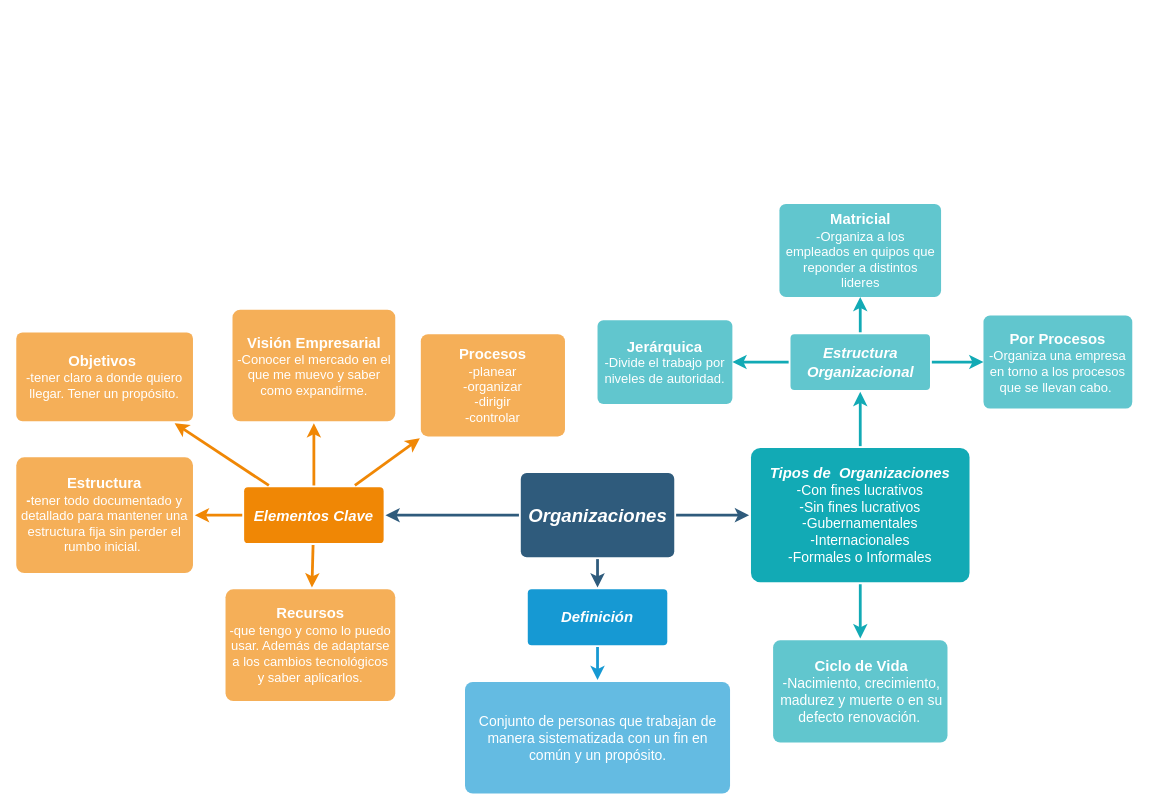
Above: Diagrama sin título.drawio in santiagojav/MapaConcepOrganizaciones (draw.io), before the change. Source tidied: cells renumbered, new cells numbered last; positions are measured from the earlier drawing's top-left corner, leaving out a move shared by most shapes. Both pictures are drawn from the tidied source at 93%, with x=0, y=0 at pixel (16, 204).
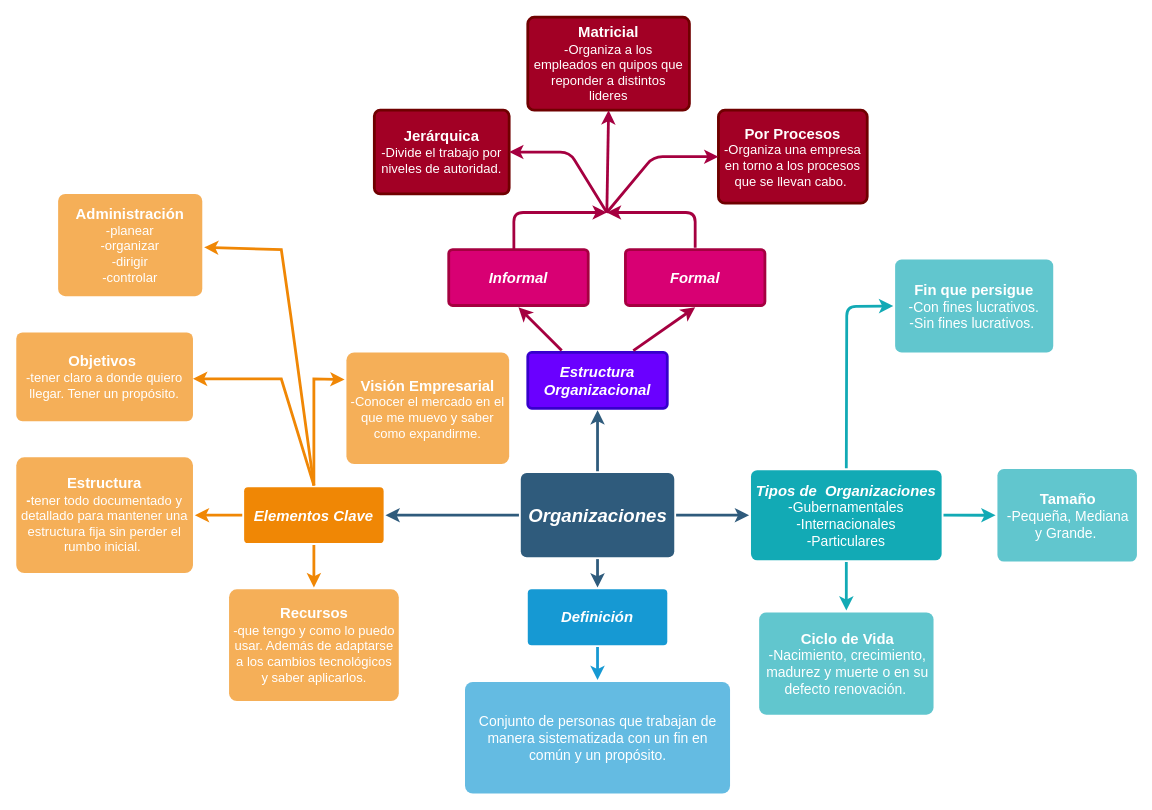
The same page after the edit.

Unchanged cells that the change refers to:
```xml
<mxCell id="5" value="&lt;i&gt;&lt;font style=&quot;font-size: 20px;&quot;&gt;Organizaciones&lt;/font&gt;&lt;/i&gt;" style="rounded=1;whiteSpace=wrap;html=1;shadow=0;labelBackgroundColor=none;strokeColor=none;strokeWidth=3;fillColor=#2F5B7C;fontFamily=Helvetica;fontSize=16;fontColor=#FFFFFF;align=center;fontStyle=1;spacing=5;arcSize=7;perimeterSpacing=2;" parent="1" vertex="1">
  <mxGeometry x="542.5" y="289.2" width="165" height="90.5" as="geometry" />
</mxCell>
<mxCell id="9" value="&lt;i&gt;&lt;font style=&quot;font-size: 16px;&quot;&gt;Elementos Clave&lt;/font&gt;&lt;/i&gt;" style="rounded=1;whiteSpace=wrap;html=1;shadow=0;labelBackgroundColor=none;strokeColor=none;strokeWidth=3;fillColor=#F08705;fontFamily=Helvetica;fontSize=14;fontColor=#FFFFFF;align=center;spacing=5;fontStyle=1;arcSize=7;perimeterSpacing=2;" parent="1" vertex="1">
  <mxGeometry x="245" y="304.5" width="150" height="60" as="geometry" />
</mxCell>
<mxCell id="14" value="&lt;b&gt;&lt;font style=&quot;font-size: 16px;&quot;&gt;Objetivos&amp;nbsp;&lt;/font&gt;&lt;/b&gt;&lt;div&gt;-tener claro a donde quiero llegar. Tener un propósito.&lt;/div&gt;" style="rounded=1;whiteSpace=wrap;html=1;shadow=0;labelBackgroundColor=none;strokeColor=none;strokeWidth=3;fillColor=#f5af58;fontFamily=Helvetica;fontSize=14;fontColor=#FFFFFF;align=center;spacing=5;arcSize=7;perimeterSpacing=2;" parent="1" vertex="1">
  <mxGeometry y="138" width="190" height="95.5" as="geometry" />
</mxCell>
```

Diff of the diagram source:
```diff
@@
-    <mxCell id="10" value="&lt;b&gt;&lt;font style=&quot;font-size: 16px;&quot;&gt;Procesos&lt;/font&gt;&lt;/b&gt;&lt;div&gt;-planear&lt;/div&gt;&lt;div&gt;-organizar&lt;/div&gt;&lt;div&gt;-dirigir&lt;/div&gt;&lt;div&gt;-controlar&lt;/div&gt;" style="rounded=1;whiteSpace=wrap;html=1;shadow=0;labelBackgroundColor=none;strokeColor=none;strokeWidth=3;fillColor=#f5af58;fontFamily=Helvetica;fontSize=14;fontColor=#FFFFFF;align=center;spacing=5;arcSize=7;perimeterSpacing=2;" parent="1" vertex="1">
-      <mxGeometry x="435" y="139.8" width="155" height="110" as="geometry" />
+    <mxCell id="10" value="&lt;b&gt;&lt;font style=&quot;font-size: 16px;&quot;&gt;Administración&lt;/font&gt;&lt;/b&gt;&lt;div&gt;-planear&lt;/div&gt;&lt;div&gt;-organizar&lt;/div&gt;&lt;div&gt;-dirigir&lt;/div&gt;&lt;div&gt;-controlar&lt;/div&gt;" style="rounded=1;whiteSpace=wrap;html=1;shadow=0;labelBackgroundColor=none;strokeColor=none;strokeWidth=3;fillColor=#f5af58;fontFamily=Helvetica;fontSize=14;fontColor=#FFFFFF;align=center;spacing=5;arcSize=7;perimeterSpacing=2;" parent="1" vertex="1">
+      <mxGeometry x="45" y="-11" width="155" height="110" as="geometry" />
     </mxCell>
-    <mxCell id="11" style="edgeStyle=none;rounded=0;jumpStyle=none;html=1;shadow=0;labelBackgroundColor=none;startArrow=none;startFill=0;endArrow=classic;endFill=1;jettySize=auto;strokeColor=#F08705;strokeWidth=3;fontFamily=Helvetica;fontSize=14;fontColor=#FFFFFF;spacing=5;" parent="1" edge="1" source="9" target="10">
-      <mxGeometry relative="1" as="geometry" />
+    <mxCell id="11" style="edgeStyle=none;rounded=0;jumpStyle=none;html=1;shadow=0;labelBackgroundColor=none;startArrow=none;startFill=0;endArrow=classic;endFill=1;jettySize=auto;strokeColor=#F08705;strokeWidth=3;fontFamily=Helvetica;fontSize=14;fontColor=#FFFFFF;spacing=5;exitX=0.5;exitY=0;exitDx=0;exitDy=0;" parent="1" edge="1" source="9" target="10">
+      <mxGeometry relative="1" as="geometry">
+        <Array as="points">
+          <mxPoint x="295" y="119" />
+          <mxPoint x="285" y="49" />
+        </Array>
+      </mxGeometry>
     </mxCell>
     <mxCell id="12" value="&lt;b&gt;&lt;font style=&quot;font-size: 16px;&quot;&gt;Recursos&lt;/font&gt;&lt;/b&gt;&lt;div&gt;-que tengo y como lo puedo usar. Además de adaptarse a los cambios tecnológicos y saber aplicarlos.&lt;/div&gt;" style="rounded=1;whiteSpace=wrap;html=1;shadow=0;labelBackgroundColor=none;strokeColor=none;strokeWidth=3;fillColor=#f5af58;fontFamily=Helvetica;fontSize=14;fontColor=#FFFFFF;align=center;spacing=5;arcSize=7;perimeterSpacing=2;" parent="1" vertex="1">
-      <mxGeometry x="225" y="414.2" width="182.5" height="120" as="geometry" />
+      <mxGeometry x="228.8" y="414.2" width="182.5" height="120" as="geometry" />
     </mxCell>
@@
-    <mxCell id="15" style="edgeStyle=none;rounded=0;jumpStyle=none;html=1;shadow=0;labelBackgroundColor=none;startArrow=none;startFill=0;endArrow=classic;endFill=1;jettySize=auto;strokeColor=#F08705;strokeWidth=3;fontFamily=Helvetica;fontSize=14;fontColor=#FFFFFF;spacing=5;" parent="1" edge="1" source="9" target="14">
-      <mxGeometry relative="1" as="geometry" />
+    <mxCell id="15" style="edgeStyle=none;rounded=0;jumpStyle=none;html=1;shadow=0;labelBackgroundColor=none;startArrow=none;startFill=0;endArrow=classic;endFill=1;jettySize=auto;strokeColor=#F08705;strokeWidth=3;fontFamily=Helvetica;fontSize=14;fontColor=#FFFFFF;spacing=5;entryX=1;entryY=0.5;entryDx=0;entryDy=0;exitX=0.5;exitY=0;exitDx=0;exitDy=0;" parent="1" edge="1" source="9">
+      <mxGeometry relative="1" as="geometry">
+        <mxPoint x="190" y="187.8" as="targetPoint" />
+        <Array as="points">
+          <mxPoint x="285" y="188" />
+        </Array>
+      </mxGeometry>
     </mxCell>
-    <mxCell id="16" value="&lt;i&gt;&lt;font style=&quot;font-size: 16px;&quot;&gt;Tipos de&amp;nbsp; Organizaciones&lt;/font&gt;&lt;/i&gt;&lt;div&gt;&lt;div&gt;&lt;font style=&quot;font-weight: normal; font-size: 15px;&quot;&gt;-Con fines lucrativos&lt;/font&gt;&lt;/div&gt;&lt;div&gt;&lt;font style=&quot;font-weight: normal; font-size: 15px;&quot;&gt;-Sin fines lucrativos&lt;/font&gt;&lt;/div&gt;&lt;div&gt;&lt;font style=&quot;font-weight: normal; font-size: 15px;&quot;&gt;-Gubernamentales&lt;/font&gt;&lt;/div&gt;&lt;div&gt;&lt;font style=&quot;font-weight: normal; font-size: 15px;&quot;&gt;-Internacionales&lt;/font&gt;&lt;/div&gt;&lt;div&gt;&lt;font style=&quot;font-weight: normal; font-size: 15px;&quot;&gt;-Formales o Informales&lt;/font&gt;&lt;/div&gt;&lt;/div&gt;" style="rounded=1;whiteSpace=wrap;html=1;shadow=0;labelBackgroundColor=none;strokeColor=none;strokeWidth=3;fillColor=#12aab5;fontFamily=Helvetica;fontSize=14;fontColor=#FFFFFF;align=center;spacing=5;fontStyle=1;arcSize=7;perimeterSpacing=2;" parent="1" vertex="1">
-      <mxGeometry x="790" y="262.2" width="235" height="144.5" as="geometry" />
+    <mxCell id="16" value="&lt;i&gt;&lt;font style=&quot;font-size: 16px;&quot;&gt;Tipos de&amp;nbsp; Organizaciones&lt;/font&gt;&lt;/i&gt;&lt;div&gt;&lt;div&gt;&lt;font style=&quot;font-weight: normal; font-size: 15px;&quot;&gt;-Gubernamentales&lt;/font&gt;&lt;/div&gt;&lt;div&gt;&lt;font style=&quot;font-weight: normal; font-size: 15px;&quot;&gt;-Internacionales&lt;/font&gt;&lt;/div&gt;&lt;/div&gt;&lt;div&gt;&lt;font style=&quot;font-weight: normal; font-size: 15px;&quot;&gt;-Particulares&lt;/font&gt;&lt;/div&gt;" style="rounded=1;whiteSpace=wrap;html=1;shadow=0;labelBackgroundColor=none;strokeColor=none;strokeWidth=3;fillColor=#12aab5;fontFamily=Helvetica;fontSize=14;fontColor=#FFFFFF;align=center;spacing=5;fontStyle=1;arcSize=7;perimeterSpacing=2;" parent="1" vertex="1">
+      <mxGeometry x="790" y="286.1" width="205" height="96.8" as="geometry" />
     </mxCell>
     <mxCell id="17" value="&lt;div style=&quot;text-align: center;&quot;&gt;&lt;span style=&quot;background-color: transparent; color: light-dark(rgb(255, 255, 255), rgb(18, 18, 18));&quot;&gt;&lt;b&gt;&lt;font style=&quot;font-size: 16px;&quot;&gt;Ciclo de Vida&lt;/font&gt;&lt;/b&gt;&lt;/span&gt;&lt;/div&gt;&lt;div style=&quot;text-align: center;&quot;&gt;&lt;font style=&quot;font-size: 15px;&quot;&gt;-Nacimiento, crecimiento, madurez y muerte o en su defecto renovación.&amp;nbsp;&lt;/font&gt;&lt;/div&gt;" style="rounded=1;whiteSpace=wrap;html=1;shadow=0;labelBackgroundColor=none;strokeColor=none;strokeWidth=3;fillColor=#61c6ce;fontFamily=Helvetica;fontSize=14;fontColor=#FFFFFF;align=left;spacing=5;fontStyle=0;arcSize=7;perimeterSpacing=2;" parent="1" vertex="1">
-      <mxGeometry x="813.8" y="469" width="187.5" height="110" as="geometry" />
+      <mxGeometry x="798.8" y="439" width="187.5" height="110" as="geometry" />
     </mxCell>
@@
-    <mxCell id="19" value="&lt;b&gt;&lt;font style=&quot;font-size: 16px;&quot;&gt;&lt;i&gt;Estructura Organizacional&lt;/i&gt;&lt;/font&gt;&lt;/b&gt;" style="rounded=1;whiteSpace=wrap;html=1;shadow=0;labelBackgroundColor=none;strokeColor=none;strokeWidth=3;fillColor=#61c6ce;fontFamily=Helvetica;fontSize=14;fontColor=#FFFFFF;align=center;spacing=5;fontStyle=0;arcSize=7;perimeterSpacing=2;" parent="1" vertex="1">
-      <mxGeometry x="832.5" y="139.8" width="150" height="60" as="geometry" />
+    <mxCell id="19" value="&lt;b&gt;&lt;font style=&quot;font-size: 16px;&quot;&gt;&lt;i&gt;Estructura Organizacional&lt;/i&gt;&lt;/font&gt;&lt;/b&gt;" style="rounded=1;whiteSpace=wrap;html=1;shadow=0;labelBackgroundColor=none;strokeColor=#3700CC;strokeWidth=3;fillColor=#6a00ff;fontFamily=Helvetica;fontSize=14;fontColor=#ffffff;align=center;spacing=5;fontStyle=0;arcSize=7;perimeterSpacing=2;" parent="1" vertex="1">
+      <mxGeometry x="550" y="159.5" width="150" height="60" as="geometry" />
     </mxCell>
-    <mxCell id="20" style="edgeStyle=none;rounded=1;jumpStyle=none;html=1;shadow=0;labelBackgroundColor=none;startArrow=none;startFill=0;jettySize=auto;strokeColor=#12AAB5;strokeWidth=3;fontFamily=Helvetica;fontSize=14;fontColor=#FFFFFF;spacing=5;fontStyle=1;fillColor=#b0e3e6;exitX=0.5;exitY=0;exitDx=0;exitDy=0;" parent="1" edge="1" source="16" target="19">
-      <mxGeometry relative="1" as="geometry" />
-    </mxCell>
@@
-    <mxCell id="23" value="&lt;b&gt;&lt;font style=&quot;font-size: 16px;&quot;&gt;Matricial&lt;/font&gt;&lt;/b&gt;&lt;div&gt;-Organiza a los empleados en quipos que reponder a distintos lideres&lt;/div&gt;" style="whiteSpace=wrap;html=1;fontSize=14;fillColor=#61c6ce;strokeColor=none;fontColor=#FFFFFF;rounded=1;shadow=0;labelBackgroundColor=none;strokeWidth=3;spacing=5;fontStyle=0;arcSize=7;" parent="1" vertex="1">
-      <mxGeometry x="820.6" y="-0.2" width="173.8" height="100" as="geometry" />
+    <mxCell id="23" value="&lt;b&gt;&lt;font style=&quot;font-size: 16px;&quot;&gt;Matricial&lt;/font&gt;&lt;/b&gt;&lt;div&gt;-Organiza a los empleados en quipos que reponder a distintos lideres&lt;/div&gt;" style="whiteSpace=wrap;html=1;fontSize=14;fillColor=#a20025;strokeColor=#6F0000;fontColor=#ffffff;rounded=1;shadow=0;labelBackgroundColor=none;strokeWidth=3;spacing=5;fontStyle=0;arcSize=7;" parent="1" vertex="1">
+      <mxGeometry x="550" y="-201" width="173.8" height="100" as="geometry" />
     </mxCell>
-    <mxCell id="24" value="&lt;b&gt;&lt;font style=&quot;font-size: 16px;&quot;&gt;Por Procesos&lt;/font&gt;&lt;/b&gt;&lt;div&gt;-Organiza una empresa en torno a los procesos que se llevan cabo.&amp;nbsp;&lt;/div&gt;" style="whiteSpace=wrap;html=1;fontSize=14;fillColor=#61c6ce;strokeColor=none;fontColor=#FFFFFF;rounded=1;shadow=0;labelBackgroundColor=none;strokeWidth=3;spacing=5;fontStyle=0;arcSize=7;" parent="1" vertex="1">
-      <mxGeometry x="1040" y="119.8" width="160" height="100" as="geometry" />
+    <mxCell id="24" value="&lt;b&gt;&lt;font style=&quot;font-size: 16px;&quot;&gt;Por Procesos&lt;/font&gt;&lt;/b&gt;&lt;div&gt;-Organiza una empresa en torno a los procesos que se llevan cabo.&amp;nbsp;&lt;/div&gt;" style="whiteSpace=wrap;html=1;fontSize=14;fillColor=#a20025;strokeColor=#6F0000;fontColor=#ffffff;rounded=1;shadow=0;labelBackgroundColor=none;strokeWidth=3;spacing=5;fontStyle=0;arcSize=7;" parent="1" vertex="1">
+      <mxGeometry x="755" y="-101" width="160" height="100" as="geometry" />
     </mxCell>
-    <mxCell id="25" value="&lt;font style=&quot;font-size: 16px;&quot;&gt;&lt;b&gt;Jerárquica&lt;/b&gt;&lt;/font&gt;&lt;div&gt;-Divide el trabajo por niveles de autoridad.&lt;/div&gt;" style="whiteSpace=wrap;html=1;fontSize=14;fillColor=#61c6ce;strokeColor=none;fontColor=#FFFFFF;rounded=1;shadow=0;labelBackgroundColor=none;strokeWidth=3;spacing=5;fontStyle=0;arcSize=7;" parent="1" vertex="1">
-      <mxGeometry x="625" y="124.8" width="145" height="90" as="geometry" />
+    <mxCell id="25" value="&lt;font style=&quot;font-size: 16px;&quot;&gt;&lt;b&gt;Jerárquica&lt;/b&gt;&lt;/font&gt;&lt;div&gt;-Divide el trabajo por niveles de autoridad.&lt;/div&gt;" style="whiteSpace=wrap;html=1;fontSize=14;fillColor=#a20025;strokeColor=#6F0000;fontColor=#ffffff;rounded=1;shadow=0;labelBackgroundColor=none;strokeWidth=3;spacing=5;fontStyle=0;arcSize=7;direction=west;" parent="1" vertex="1">
+      <mxGeometry x="385" y="-101" width="145" height="90" as="geometry" />
     </mxCell>
-    <mxCell id="26" style="edgeStyle=none;rounded=1;jumpStyle=none;html=1;shadow=0;labelBackgroundColor=none;startArrow=none;startFill=0;jettySize=auto;strokeColor=#12AAB5;strokeWidth=3;fontFamily=Helvetica;fontSize=14;fontColor=#FFFFFF;spacing=5;fontStyle=1;fillColor=#b0e3e6;exitX=1;exitY=0.5;exitDx=0;exitDy=0;entryX=0;entryY=0.5;entryDx=0;entryDy=0;" parent="1" edge="1" source="19" target="24">
-      <mxGeometry relative="1" as="geometry" />
+    <mxCell id="26" style="edgeStyle=none;rounded=1;jumpStyle=none;html=1;shadow=0;labelBackgroundColor=none;startArrow=none;startFill=0;jettySize=auto;strokeColor=#A50040;strokeWidth=3;fontFamily=Helvetica;fontSize=14;fontColor=#FFFFFF;spacing=5;fontStyle=1;fillColor=#d80073;entryX=0;entryY=0.5;entryDx=0;entryDy=0;" parent="1" edge="1" target="24">
+      <mxGeometry relative="1" as="geometry">
+        <mxPoint x="635" y="9" as="sourcePoint" />
+        <Array as="points">
+          <mxPoint x="685" y="-51" />
+        </Array>
+      </mxGeometry>
     </mxCell>
-    <mxCell id="27" style="edgeStyle=none;rounded=1;jumpStyle=none;html=1;shadow=0;labelBackgroundColor=none;startArrow=none;startFill=0;jettySize=auto;strokeColor=#12AAB5;strokeWidth=3;fontFamily=Helvetica;fontSize=14;fontColor=#FFFFFF;spacing=5;fontStyle=1;fillColor=#b0e3e6;exitX=0;exitY=0.5;exitDx=0;exitDy=0;entryX=1;entryY=0.5;entryDx=0;entryDy=0;" parent="1" edge="1" source="19" target="25">
-      <mxGeometry relative="1" as="geometry" />
+    <mxCell id="27" style="edgeStyle=none;rounded=1;jumpStyle=none;html=1;shadow=0;labelBackgroundColor=none;startArrow=none;startFill=0;jettySize=auto;strokeColor=#A50040;strokeWidth=3;fontFamily=Helvetica;fontSize=14;fontColor=#FFFFFF;spacing=5;fontStyle=1;fillColor=#d80073;entryX=0;entryY=0.5;entryDx=0;entryDy=0;" parent="1" edge="1" target="25">
+      <mxGeometry relative="1" as="geometry">
+        <mxPoint x="635" y="9" as="sourcePoint" />
+        <Array as="points">
+          <mxPoint x="595" y="-56" />
+        </Array>
+      </mxGeometry>
     </mxCell>
-    <mxCell id="28" style="edgeStyle=none;rounded=1;jumpStyle=none;html=1;shadow=0;labelBackgroundColor=none;startArrow=none;startFill=0;jettySize=auto;strokeColor=#12AAB5;strokeWidth=3;fontFamily=Helvetica;fontSize=14;fontColor=#FFFFFF;spacing=5;fontStyle=1;fillColor=#b0e3e6;exitX=0.5;exitY=0;exitDx=0;exitDy=0;entryX=0.5;entryY=1;entryDx=0;entryDy=0;" parent="1" edge="1" source="19" target="23">
-      <mxGeometry relative="1" as="geometry" />
+    <mxCell id="28" style="edgeStyle=none;rounded=1;jumpStyle=none;html=1;shadow=0;labelBackgroundColor=none;startArrow=none;startFill=0;jettySize=auto;strokeColor=#A50040;strokeWidth=3;fontFamily=Helvetica;fontSize=14;fontColor=#FFFFFF;spacing=5;fontStyle=1;fillColor=#d80073;entryX=0.5;entryY=1;entryDx=0;entryDy=0;" parent="1" edge="1" target="23">
+      <mxGeometry relative="1" as="geometry">
+        <mxPoint x="635" y="9" as="sourcePoint" />
+      </mxGeometry>
     </mxCell>
-    <mxCell id="29" style="edgeStyle=none;rounded=0;jumpStyle=none;html=1;shadow=0;labelBackgroundColor=none;startArrow=none;startFill=0;endArrow=classic;endFill=1;jettySize=auto;strokeColor=#F08705;strokeWidth=3;fontFamily=Helvetica;fontSize=14;fontColor=#FFFFFF;spacing=5;exitX=0.5;exitY=0;exitDx=0;exitDy=0;entryX=0.5;entryY=1;entryDx=0;entryDy=0;" parent="1" edge="1" source="9" target="30">
-      <mxGeometry relative="1" as="geometry" />
+    <mxCell id="29" style="edgeStyle=none;rounded=0;jumpStyle=none;html=1;shadow=0;labelBackgroundColor=none;startArrow=none;startFill=0;endArrow=classic;endFill=1;jettySize=auto;strokeColor=#F08705;strokeWidth=3;fontFamily=Helvetica;fontSize=14;fontColor=#FFFFFF;spacing=5;exitX=0.5;exitY=0;exitDx=0;exitDy=0;entryX=0;entryY=0.25;entryDx=0;entryDy=0;" parent="1" edge="1" source="9" target="30">
+      <mxGeometry relative="1" as="geometry">
+        <Array as="points">
+          <mxPoint x="320" y="188" />
+        </Array>
+      </mxGeometry>
     </mxCell>
     <mxCell id="30" value="&lt;div&gt;&lt;span style=&quot;font-size: 16px;&quot;&gt;&lt;b&gt;Visión Empresarial&lt;/b&gt;&lt;/span&gt;&lt;/div&gt;&lt;div&gt;-Conocer el mercado en el que me muevo y saber como expandirme.&lt;br&gt;&lt;/div&gt;" style="rounded=1;whiteSpace=wrap;html=1;shadow=0;labelBackgroundColor=none;strokeColor=none;strokeWidth=3;fillColor=#f5af58;fontFamily=Helvetica;fontSize=14;fontColor=#FFFFFF;align=center;spacing=5;arcSize=7;perimeterSpacing=2;" parent="1" vertex="1">
-      <mxGeometry x="232.5" y="113.5" width="175" height="120" as="geometry" />
+      <mxGeometry x="355" y="159.5" width="175" height="120" as="geometry" />
     </mxCell>
+    <mxCell id="31" value="&lt;div style=&quot;text-align: center;&quot;&gt;&lt;span style=&quot;background-color: transparent; color: light-dark(rgb(255, 255, 255), rgb(18, 18, 18));&quot;&gt;&lt;b&gt;&lt;font style=&quot;font-size: 16px;&quot;&gt;Tamaño&lt;/font&gt;&lt;/b&gt;&lt;/span&gt;&lt;/div&gt;&lt;div style=&quot;text-align: center;&quot;&gt;&lt;font style=&quot;font-size: 15px;&quot;&gt;-Pequeña, Mediana y Grande.&amp;nbsp;&lt;/font&gt;&lt;/div&gt;" style="rounded=1;whiteSpace=wrap;html=1;shadow=0;labelBackgroundColor=none;strokeColor=none;strokeWidth=3;fillColor=#61c6ce;fontFamily=Helvetica;fontSize=14;fontColor=#FFFFFF;align=left;spacing=5;fontStyle=0;arcSize=7;perimeterSpacing=2;" parent="1" vertex="1">
+      <mxGeometry x="1055" y="284.8" width="150" height="99.5" as="geometry" />
+    </mxCell>
+    <mxCell id="32" style="edgeStyle=none;rounded=1;jumpStyle=none;html=1;shadow=0;labelBackgroundColor=none;startArrow=none;startFill=0;jettySize=auto;strokeColor=#12AAB5;strokeWidth=3;fontFamily=Helvetica;fontSize=14;fontColor=#FFFFFF;spacing=5;fontStyle=1;fillColor=#b0e3e6;exitX=1;exitY=0.5;exitDx=0;exitDy=0;entryX=0;entryY=0.5;entryDx=0;entryDy=0;" parent="1" edge="1" source="16" target="31">
+      <mxGeometry relative="1" as="geometry" />
+    </mxCell>
+    <mxCell id="33" value="&lt;b&gt;&lt;font style=&quot;font-size: 16px;&quot;&gt;&lt;i&gt;Informal&lt;/i&gt;&lt;/font&gt;&lt;/b&gt;" style="rounded=1;whiteSpace=wrap;html=1;shadow=0;labelBackgroundColor=none;strokeColor=#A50040;strokeWidth=3;fillColor=#d80073;fontFamily=Helvetica;fontSize=14;fontColor=#ffffff;align=center;spacing=5;fontStyle=0;arcSize=7;perimeterSpacing=2;" parent="1" vertex="1">
+      <mxGeometry x="465" y="49" width="150" height="60" as="geometry" />
+    </mxCell>
+    <mxCell id="34" value="&lt;b&gt;&lt;font style=&quot;font-size: 16px;&quot;&gt;&lt;i&gt;Formal&lt;/i&gt;&lt;/font&gt;&lt;/b&gt;" style="rounded=1;whiteSpace=wrap;html=1;shadow=0;labelBackgroundColor=none;strokeColor=#A50040;strokeWidth=3;fillColor=#d80073;fontFamily=Helvetica;fontSize=14;fontColor=#ffffff;align=center;spacing=5;fontStyle=0;arcSize=7;perimeterSpacing=2;" parent="1" vertex="1">
+      <mxGeometry x="655" y="49" width="150" height="60" as="geometry" />
+    </mxCell>
+    <mxCell id="35" style="edgeStyle=none;rounded=1;jumpStyle=none;html=1;shadow=0;labelBackgroundColor=none;startArrow=none;startFill=0;jettySize=auto;strokeColor=#A50040;strokeWidth=3;fontFamily=Helvetica;fontSize=14;fontColor=#FFFFFF;spacing=5;fontStyle=1;fillColor=#d80073;entryX=0.5;entryY=1;entryDx=0;entryDy=0;exitX=0.25;exitY=0;exitDx=0;exitDy=0;" parent="1" edge="1" source="19" target="33">
+      <mxGeometry relative="1" as="geometry" />
+    </mxCell>
+    <mxCell id="36" style="edgeStyle=none;rounded=1;jumpStyle=none;html=1;shadow=0;labelBackgroundColor=none;startArrow=none;startFill=0;jettySize=auto;strokeColor=#A50040;strokeWidth=3;fontFamily=Helvetica;fontSize=14;fontColor=#FFFFFF;spacing=5;fontStyle=1;fillColor=#d80073;entryX=0.5;entryY=1;entryDx=0;entryDy=0;exitX=0.75;exitY=0;exitDx=0;exitDy=0;" parent="1" edge="1" source="19" target="34">
+      <mxGeometry relative="1" as="geometry" />
+    </mxCell>
+    <mxCell id="37" style="edgeStyle=none;rounded=1;jumpStyle=none;html=1;shadow=0;labelBackgroundColor=none;startArrow=none;startFill=0;jettySize=auto;strokeColor=#A50040;strokeWidth=3;fontFamily=Helvetica;fontSize=14;fontColor=#FFFFFF;spacing=5;fontStyle=1;fillColor=#d80073;exitX=0.468;exitY=0.031;exitDx=0;exitDy=0;exitPerimeter=0;" parent="1" edge="1" source="33">
+      <mxGeometry relative="1" as="geometry">
+        <mxPoint x="635" y="9" as="targetPoint" />
+        <Array as="points">
+          <mxPoint x="535" y="9" />
+        </Array>
+      </mxGeometry>
+    </mxCell>
+    <mxCell id="38" style="edgeStyle=none;rounded=1;jumpStyle=none;html=1;shadow=0;labelBackgroundColor=none;startArrow=none;startFill=0;jettySize=auto;strokeColor=#A50040;strokeWidth=3;fontFamily=Helvetica;fontSize=14;fontColor=#FFFFFF;spacing=5;fontStyle=1;fillColor=#d80073;exitX=0.5;exitY=0;exitDx=0;exitDy=0;" parent="1" edge="1" source="34">
+      <mxGeometry relative="1" as="geometry">
+        <mxPoint x="635" y="9" as="targetPoint" />
+        <Array as="points">
+          <mxPoint x="730" y="9" />
+        </Array>
+      </mxGeometry>
+    </mxCell>
+    <mxCell id="39" style="edgeStyle=none;rounded=0;jumpStyle=none;html=1;shadow=0;labelBackgroundColor=none;startArrow=none;startFill=0;endArrow=classic;endFill=1;jettySize=auto;strokeColor=#2F5B7C;strokeWidth=3;fontFamily=Helvetica;fontSize=16;fontColor=#23445D;spacing=5;exitX=0.5;exitY=0;exitDx=0;exitDy=0;entryX=0.5;entryY=1;entryDx=0;entryDy=0;" parent="1" edge="1" source="5" target="19">
+      <mxGeometry relative="1" as="geometry" />
+    </mxCell>
+    <mxCell id="40" value="&lt;div style=&quot;&quot;&gt;&lt;span style=&quot;background-color: transparent; color: light-dark(rgb(255, 255, 255), rgb(18, 18, 18));&quot;&gt;&lt;b&gt;&lt;font style=&quot;font-size: 16px;&quot;&gt;Fin que persigue&lt;/font&gt;&lt;/b&gt;&lt;/span&gt;&lt;/div&gt;&lt;div style=&quot;&quot;&gt;&lt;font style=&quot;font-size: 15px;&quot;&gt;-Con fines lucrativos.&lt;/font&gt;&lt;/div&gt;&lt;div style=&quot;&quot;&gt;&lt;font style=&quot;font-size: 15px;&quot;&gt;-Sin fines lucrativos.&amp;nbsp;&lt;/font&gt;&lt;/div&gt;" style="rounded=1;whiteSpace=wrap;html=1;shadow=0;labelBackgroundColor=none;strokeColor=none;strokeWidth=3;fillColor=#61c6ce;fontFamily=Helvetica;fontSize=14;fontColor=#FFFFFF;align=center;spacing=5;fontStyle=0;arcSize=7;perimeterSpacing=2;" parent="1" vertex="1">
+      <mxGeometry x="945" y="59.5" width="170" height="100" as="geometry" />
+    </mxCell>
+    <mxCell id="41" style="edgeStyle=none;rounded=1;jumpStyle=none;html=1;shadow=0;labelBackgroundColor=none;startArrow=none;startFill=0;jettySize=auto;strokeColor=#12AAB5;strokeWidth=3;fontFamily=Helvetica;fontSize=14;fontColor=#FFFFFF;spacing=5;fontStyle=1;fillColor=#b0e3e6;exitX=0.5;exitY=0;exitDx=0;exitDy=0;entryX=0;entryY=0.5;entryDx=0;entryDy=0;" parent="1" edge="1" source="16" target="40">
+      <mxGeometry relative="1" as="geometry">
+        <Array as="points">
+          <mxPoint x="893" y="110" />
+        </Array>
+      </mxGeometry>
+    </mxCell>
```
